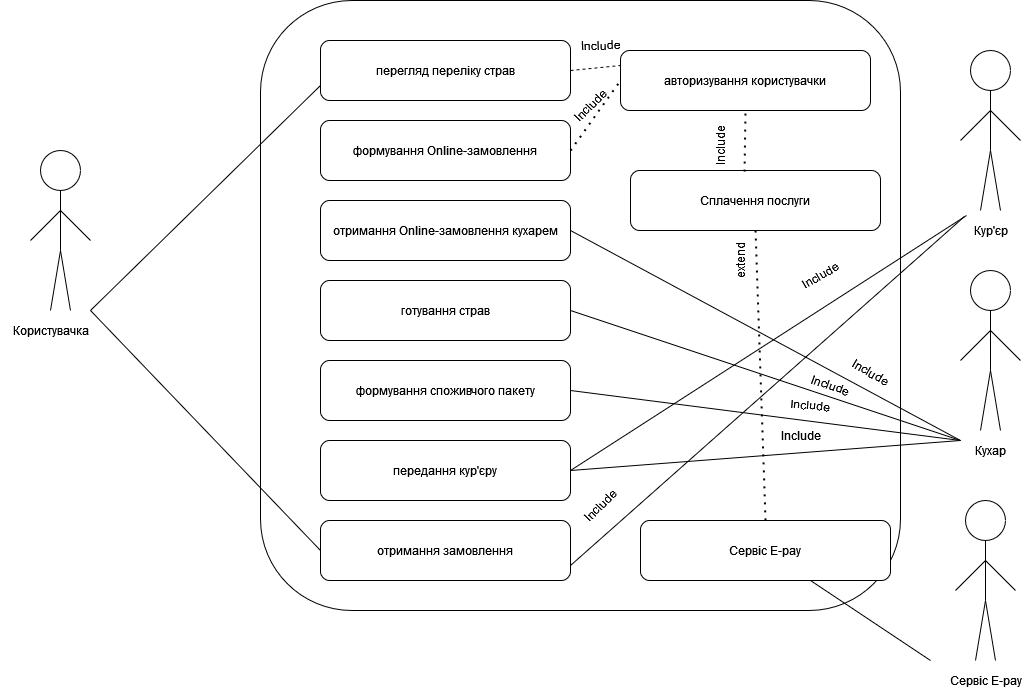
Before: 1.3-SoftwareUserRequirements/1.3.3-UseCaseDiagram/Диаграмма без названия.drawio.png, a diagram exported from draw.io (oleksandrblazhko/eai205-shapovalova). Source tidied: cells renumbered, new cells last; positions are measured from the earlier drawing's top-left corner, leaving out a move shared by most shapes.
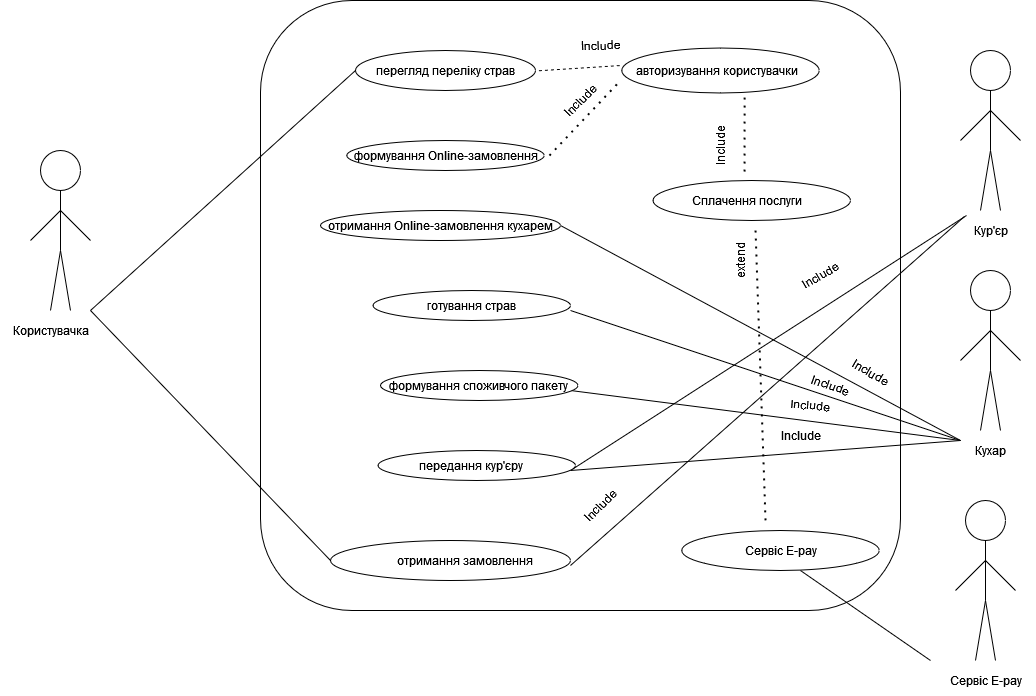
The same file after the commit.

Change to the diagram source:
```diff
@@ -37,45 +37,25 @@
     <mxCell id="8" style="rounded=1;whiteSpace=wrap;html=1;" parent="1" vertex="1">
       <mxGeometry x="260" width="640" height="610" as="geometry" />
     </mxCell>
-    <mxCell id="9" value="перегляд переліку страв" style="rounded=1;whiteSpace=wrap;html=1;" parent="1" vertex="1">
-      <mxGeometry x="320" y="40" width="250" height="60" as="geometry" />
-    </mxCell>
-    <mxCell id="10" value="формування Online-замовлення" style="rounded=1;whiteSpace=wrap;html=1;" parent="1" vertex="1">
-      <mxGeometry x="320" y="120" width="250" height="60" as="geometry" />
-    </mxCell>
-    <mxCell id="11" value="отримання Online-замовлення кухарем" style="rounded=1;whiteSpace=wrap;html=1;" parent="1" vertex="1">
-      <mxGeometry x="320" y="200" width="250" height="60" as="geometry" />
-    </mxCell>
-    <mxCell id="12" value="готування страв" style="rounded=1;whiteSpace=wrap;html=1;" parent="1" vertex="1">
-      <mxGeometry x="320" y="280" width="250" height="60" as="geometry" />
-    </mxCell>
-    <mxCell id="13" value="формування споживчого пакету" style="rounded=1;whiteSpace=wrap;html=1;" parent="1" vertex="1">
-      <mxGeometry x="320" y="360" width="250" height="60" as="geometry" />
-    </mxCell>
-    <mxCell id="14" value="передання кур'єру" style="rounded=1;whiteSpace=wrap;html=1;" parent="1" vertex="1">
-      <mxGeometry x="320" y="440" width="250" height="60" as="geometry" />
-    </mxCell>
-    <mxCell id="15" value="отримання замовлення" style="rounded=1;whiteSpace=wrap;html=1;" parent="1" vertex="1">
-      <mxGeometry x="320" y="520" width="250" height="60" as="geometry" />
-    </mxCell>
-    <mxCell id="16" value="авторизування користувачки" style="rounded=1;whiteSpace=wrap;html=1;" parent="1" vertex="1">
-      <mxGeometry x="620" y="50" width="250" height="60" as="geometry" />
-    </mxCell>
     <mxCell id="17" value="Користувачка" style="text;html=1;align=center;verticalAlign=middle;strokeColor=none;fillColor=none;" parent="1" vertex="1">
       <mxGeometry y="315" width="100" height="30" as="geometry" />
     </mxCell>
-    <mxCell id="18" style="endArrow=none;html=1;rounded=0;entryX=0;entryY=0.75;entryDx=0;entryDy=0;" parent="1" edge="1" target="9">
+    <mxCell id="18" style="endArrow=none;html=1;rounded=0;entryX=0;entryY=0.5;entryDx=0;entryDy=0;" parent="1" edge="1" target="64">
       <mxGeometry relative="1" as="geometry">
         <mxPoint x="90" y="310" as="sourcePoint" />
       </mxGeometry>
     </mxCell>
-    <mxCell id="19" style="endArrow=none;dashed=1;html=1;rounded=0;exitX=1;exitY=0.5;exitDx=0;exitDy=0;entryX=0;entryY=0.25;entryDx=0;entryDy=0;" parent="1" edge="1" source="9" target="16">
-      <mxGeometry relative="1" as="geometry" />
+    <mxCell id="19" style="endArrow=none;dashed=1;html=1;rounded=0;exitX=1.009;exitY=0.533;exitDx=0;exitDy=0;entryX=0;entryY=0.25;entryDx=0;entryDy=0;exitPerimeter=0;" parent="1" edge="1" source="9">
+      <mxGeometry relative="1" as="geometry">
+        <mxPoint x="620" y="65" as="targetPoint" />
+      </mxGeometry>
     </mxCell>
-    <mxCell id="20" style="endArrow=none;dashed=1;html=1;dashPattern=1 3;strokeWidth=2;rounded=0;exitX=1;exitY=0.5;exitDx=0;exitDy=0;entryX=0;entryY=0.5;entryDx=0;entryDy=0;" parent="1" edge="1" source="10" target="16">
-      <mxGeometry relative="1" as="geometry" />
+    <mxCell id="20" style="endArrow=none;dashed=1;html=1;dashPattern=1 3;strokeWidth=2;rounded=0;exitX=0.995;exitY=0.5;exitDx=0;exitDy=0;entryX=0;entryY=0.5;entryDx=0;entryDy=0;exitPerimeter=0;" parent="1" edge="1" source="10">
+      <mxGeometry relative="1" as="geometry">
+        <mxPoint x="620" y="80" as="targetPoint" />
+      </mxGeometry>
     </mxCell>
-    <mxCell id="21" style="endArrow=none;html=1;rounded=0;entryX=0;entryY=0.5;entryDx=0;entryDy=0;" parent="1" edge="1" target="15">
+    <mxCell id="21" style="endArrow=none;html=1;rounded=0;entryX=0;entryY=0.5;entryDx=0;entryDy=0;" parent="1" edge="1" target="67">
       <mxGeometry relative="1" as="geometry">
         <mxPoint x="90" y="310" as="sourcePoint" />
       </mxGeometry>
@@ -150,11 +130,10 @@
     <mxCell id="35" value="Кухар" style="text;html=1;align=center;verticalAlign=middle;strokeColor=none;fillColor=none;" parent="1" vertex="1">
       <mxGeometry x="965" y="435" width="50" height="30" as="geometry" />
     </mxCell>
-    <mxCell id="36" value="Сплачення послуги" style="rounded=1;whiteSpace=wrap;html=1;" parent="1" vertex="1">
-      <mxGeometry x="630" y="170" width="250" height="60" as="geometry" />
-    </mxCell>
-    <mxCell id="37" style="endArrow=none;dashed=1;html=1;dashPattern=1 3;strokeWidth=2;rounded=0;entryX=0.5;entryY=1;entryDx=0;entryDy=0;exitX=0.456;exitY=0.017;exitDx=0;exitDy=0;exitPerimeter=0;" parent="1" edge="1" source="36" target="16">
-      <mxGeometry relative="1" as="geometry" />
+    <mxCell id="37" style="endArrow=none;dashed=1;html=1;dashPattern=1 3;strokeWidth=2;rounded=0;exitX=0.456;exitY=0.017;exitDx=0;exitDy=0;exitPerimeter=0;entryX=0.622;entryY=0.967;entryDx=0;entryDy=0;entryPerimeter=0;" parent="1" edge="1" target="70">
+      <mxGeometry relative="1" as="geometry">
+        <mxPoint x="744" y="171" as="sourcePoint" />
+      </mxGeometry>
     </mxCell>
     <mxCell id="38" style="ellipse;whiteSpace=wrap;html=1;" parent="1" vertex="1">
       <mxGeometry x="965" y="500" width="40" height="40" as="geometry" />
@@ -191,29 +170,32 @@
     <mxCell id="44" value="Сервіс E-pay" style="text;html=1;align=center;verticalAlign=middle;strokeColor=none;fillColor=none;" parent="1" vertex="1">
       <mxGeometry x="935" y="665" width="100" height="30" as="geometry" />
     </mxCell>
-    <mxCell id="45" value="Сервіс E-pay" style="rounded=1;whiteSpace=wrap;html=1;" parent="1" vertex="1">
-      <mxGeometry x="640" y="520" width="250" height="60" as="geometry" />
-    </mxCell>
-    <mxCell id="46" style="endArrow=none;dashed=1;html=1;dashPattern=1 3;strokeWidth=2;rounded=0;entryX=0.5;entryY=0;entryDx=0;entryDy=0;exitX=0.5;exitY=1;exitDx=0;exitDy=0;" parent="1" edge="1" source="36" target="45">
-      <mxGeometry relative="1" as="geometry" />
+    <mxCell id="46" style="endArrow=none;dashed=1;html=1;dashPattern=1 3;strokeWidth=2;rounded=0;entryX=0.5;entryY=0;entryDx=0;entryDy=0;exitX=0.5;exitY=1;exitDx=0;exitDy=0;" parent="1" edge="1">
+      <mxGeometry relative="1" as="geometry">
+        <mxPoint x="755" y="230" as="sourcePoint" />
+        <mxPoint x="765" y="520" as="targetPoint" />
+      </mxGeometry>
     </mxCell>
-    <mxCell id="47" style="endArrow=none;html=1;rounded=0;" parent="1" edge="1" target="45">
+    <mxCell id="47" style="endArrow=none;html=1;rounded=0;entryX=0.601;entryY=1;entryDx=0;entryDy=0;entryPerimeter=0;" parent="1" edge="1" target="69">
       <mxGeometry relative="1" as="geometry">
         <mxPoint x="930" y="660" as="sourcePoint" />
       </mxGeometry>
     </mxCell>
-    <mxCell id="48" style="endArrow=none;html=1;rounded=0;entryX=1;entryY=0.5;entryDx=0;entryDy=0;" parent="1" edge="1" target="12">
+    <mxCell id="48" style="endArrow=none;html=1;rounded=0;entryX=1;entryY=0.5;entryDx=0;entryDy=0;" parent="1" edge="1">
       <mxGeometry relative="1" as="geometry">
         <mxPoint x="960" y="440" as="sourcePoint" />
+        <mxPoint x="570" y="310" as="targetPoint" />
       </mxGeometry>
     </mxCell>
-    <mxCell id="49" style="endArrow=none;html=1;rounded=0;exitX=1;exitY=0.5;exitDx=0;exitDy=0;" parent="1" edge="1" source="13">
+    <mxCell id="49" style="endArrow=none;html=1;rounded=0;exitX=1;exitY=0.5;exitDx=0;exitDy=0;" parent="1" edge="1">
       <mxGeometry relative="1" as="geometry">
+        <mxPoint x="570" y="390" as="sourcePoint" />
         <mxPoint x="960" y="440" as="targetPoint" />
       </mxGeometry>
     </mxCell>
-    <mxCell id="50" style="endArrow=none;html=1;rounded=0;exitX=1;exitY=0.5;exitDx=0;exitDy=0;" parent="1" edge="1" source="14">
+    <mxCell id="50" style="endArrow=none;html=1;rounded=0;exitX=1;exitY=0.5;exitDx=0;exitDy=0;" parent="1" edge="1">
       <mxGeometry relative="1" as="geometry">
+        <mxPoint x="570" y="470" as="sourcePoint" />
         <mxPoint x="960" y="440" as="targetPoint" />
       </mxGeometry>
     </mxCell>
@@ -222,13 +204,15 @@
         <mxPoint x="570" y="470" as="sourcePoint" />
       </mxGeometry>
     </mxCell>
-    <mxCell id="52" style="endArrow=none;html=1;rounded=0;exitX=1;exitY=0.5;exitDx=0;exitDy=0;" parent="1" edge="1" source="11">
+    <mxCell id="52" style="endArrow=none;html=1;rounded=0;exitX=1;exitY=0.5;exitDx=0;exitDy=0;" parent="1" edge="1" source="66">
       <mxGeometry relative="1" as="geometry">
         <mxPoint x="960" y="440" as="targetPoint" />
       </mxGeometry>
     </mxCell>
-    <mxCell id="53" style="endArrow=none;html=1;rounded=0;exitX=0.067;exitY=0.033;exitDx=0;exitDy=0;exitPerimeter=0;entryX=1;entryY=0.75;entryDx=0;entryDy=0;" parent="1" edge="1" source="28" target="15">
-      <mxGeometry relative="1" as="geometry" />
+    <mxCell id="53" style="endArrow=none;html=1;rounded=0;exitX=0.067;exitY=0.033;exitDx=0;exitDy=0;exitPerimeter=0;entryX=1;entryY=0.75;entryDx=0;entryDy=0;" parent="1" edge="1" source="28">
+      <mxGeometry relative="1" as="geometry">
+        <mxPoint x="570" y="565" as="targetPoint" />
+      </mxGeometry>
     </mxCell>
     <mxCell id="54" value="extend" style="text;html=1;align=center;verticalAlign=middle;strokeColor=none;fillColor=none;rotation=-90;" parent="1" vertex="1">
       <mxGeometry x="710" y="245" width="60" height="30" as="geometry" />
@@ -240,7 +224,7 @@
       <mxGeometry x="570" y="30" width="60" height="30" as="geometry" />
     </mxCell>
     <mxCell id="57" value="Include" style="text;html=1;align=center;verticalAlign=middle;strokeColor=none;fillColor=none;rotation=-45;" parent="1" vertex="1">
-      <mxGeometry x="560" y="90" width="60" height="30" as="geometry" />
+      <mxGeometry x="550" y="85" width="60" height="30" as="geometry" />
     </mxCell>
     <mxCell id="58" value="Include" style="text;html=1;align=center;verticalAlign=middle;strokeColor=none;fillColor=none;rotation=-30;" parent="1" vertex="1">
       <mxGeometry x="790" y="260" width="60" height="30" as="geometry" />
@@ -260,5 +244,65 @@
     <mxCell id="63" value="Include" style="text;html=1;align=center;verticalAlign=middle;strokeColor=none;fillColor=none;rotation=20;" parent="1" vertex="1">
       <mxGeometry x="800" y="370" width="60" height="30" as="geometry" />
     </mxCell>
+    <mxCell id="64" style="ellipse;whiteSpace=wrap;html=1;" parent="1" vertex="1">
+      <mxGeometry x="355" y="50" width="180" height="40" as="geometry" />
+    </mxCell>
+    <mxCell id="9" value="перегляд переліку страв" style="text;html=1;align=center;verticalAlign=middle;points=[];strokeColor=none;fillColor=none;" parent="1" vertex="1">
+      <mxGeometry x="365" y="55" width="160" height="30" as="geometry" />
+    </mxCell>
+    <mxCell id="65" style="ellipse;whiteSpace=wrap;html=1;" parent="1" vertex="1">
+      <mxGeometry x="346.2" y="140" width="197.5" height="30" as="geometry" />
+    </mxCell>
+    <mxCell id="10" value="формування Online-замовлення" style="text;html=1;align=center;verticalAlign=middle;points=[];strokeColor=none;fillColor=none;" parent="1" vertex="1">
+      <mxGeometry x="340" y="140" width="210" height="30" as="geometry" />
+    </mxCell>
+    <mxCell id="66" style="ellipse;whiteSpace=wrap;html=1;" parent="1" vertex="1">
+      <mxGeometry x="320" y="210" width="240" height="30" as="geometry" />
+    </mxCell>
+    <mxCell id="67" style="ellipse;whiteSpace=wrap;html=1;" parent="1" vertex="1">
+      <mxGeometry x="330" y="540" width="240" height="40" as="geometry" />
+    </mxCell>
+    <mxCell id="68" style="ellipse;whiteSpace=wrap;html=1;" parent="1" vertex="1">
+      <mxGeometry x="652.5" y="180" width="197.5" height="40" as="geometry" />
+    </mxCell>
+    <mxCell id="69" style="ellipse;whiteSpace=wrap;html=1;" parent="1" vertex="1">
+      <mxGeometry x="681.2" y="530" width="197.5" height="40" as="geometry" />
+    </mxCell>
+    <mxCell id="70" style="ellipse;whiteSpace=wrap;html=1;" parent="1" vertex="1">
+      <mxGeometry x="621.2" y="47.5" width="197.5" height="45" as="geometry" />
+    </mxCell>
+    <mxCell id="11" value="отримання Online-замовлення кухарем" style="text;html=1;align=center;verticalAlign=middle;points=[];strokeColor=none;fillColor=none;" parent="1" vertex="1">
+      <mxGeometry x="315" y="210" width="250" height="30" as="geometry" />
+    </mxCell>
+    <mxCell id="71" style="ellipse;whiteSpace=wrap;html=1;" parent="1" vertex="1">
+      <mxGeometry x="380" y="370" width="197.5" height="30" as="geometry" />
+    </mxCell>
+    <mxCell id="72" style="ellipse;whiteSpace=wrap;html=1;" parent="1" vertex="1">
+      <mxGeometry x="372.5" y="290" width="197.5" height="30" as="geometry" />
+    </mxCell>
+    <mxCell id="12" value="готування страв" style="text;html=1;align=center;verticalAlign=middle;points=[];strokeColor=none;fillColor=none;" parent="1" vertex="1">
+      <mxGeometry x="416.2" y="290" width="110" height="30" as="geometry" />
+    </mxCell>
+    <mxCell id="13" value="формування споживчого пакету" style="text;html=1;align=center;verticalAlign=middle;points=[];strokeColor=none;fillColor=none;" parent="1" vertex="1">
+      <mxGeometry x="377.5" y="370" width="200" height="30" as="geometry" />
+    </mxCell>
+    <mxCell id="73" style="ellipse;whiteSpace=wrap;html=1;" parent="1" vertex="1">
+      <mxGeometry x="377.5" y="450" width="197.5" height="30" as="geometry" />
+    </mxCell>
+    <mxCell id="14" value="передання кур'єру" style="text;html=1;align=center;verticalAlign=middle;points=[];strokeColor=none;fillColor=none;" parent="1" vertex="1">
+      <mxGeometry x="405" y="450" width="130" height="30" as="geometry" />
+    </mxCell>
+    <mxCell id="15" value="отримання замовлення" style="text;html=1;align=center;verticalAlign=middle;points=[];strokeColor=none;fillColor=none;" parent="1" vertex="1">
+      <mxGeometry x="383.8" y="545" width="160" height="30" as="geometry" />
+    </mxCell>
+    <mxCell id="16" value="авторизування користувачки" style="text;html=1;align=center;verticalAlign=middle;points=[];strokeColor=none;fillColor=none;" parent="1" vertex="1">
+      <mxGeometry x="621.2" y="55" width="190" height="30" as="geometry" />
+    </mxCell>
+    <mxCell id="36" value="Сплачення послуги" style="text;html=1;align=center;verticalAlign=middle;points=[];strokeColor=none;fillColor=none;" parent="1" vertex="1">
+      <mxGeometry x="681.2" y="185" width="130" height="30" as="geometry" />
+    </mxCell>
+    <mxCell id="45" value="Сервіс E-pay" style="text;html=1;align=center;verticalAlign=middle;points=[];strokeColor=none;fillColor=none;" parent="1" vertex="1">
+      <mxGeometry x="730" y="535" width="100" height="30" as="geometry" />
+    </mxCell>
   </root>
 </mxGraphModel>
```
